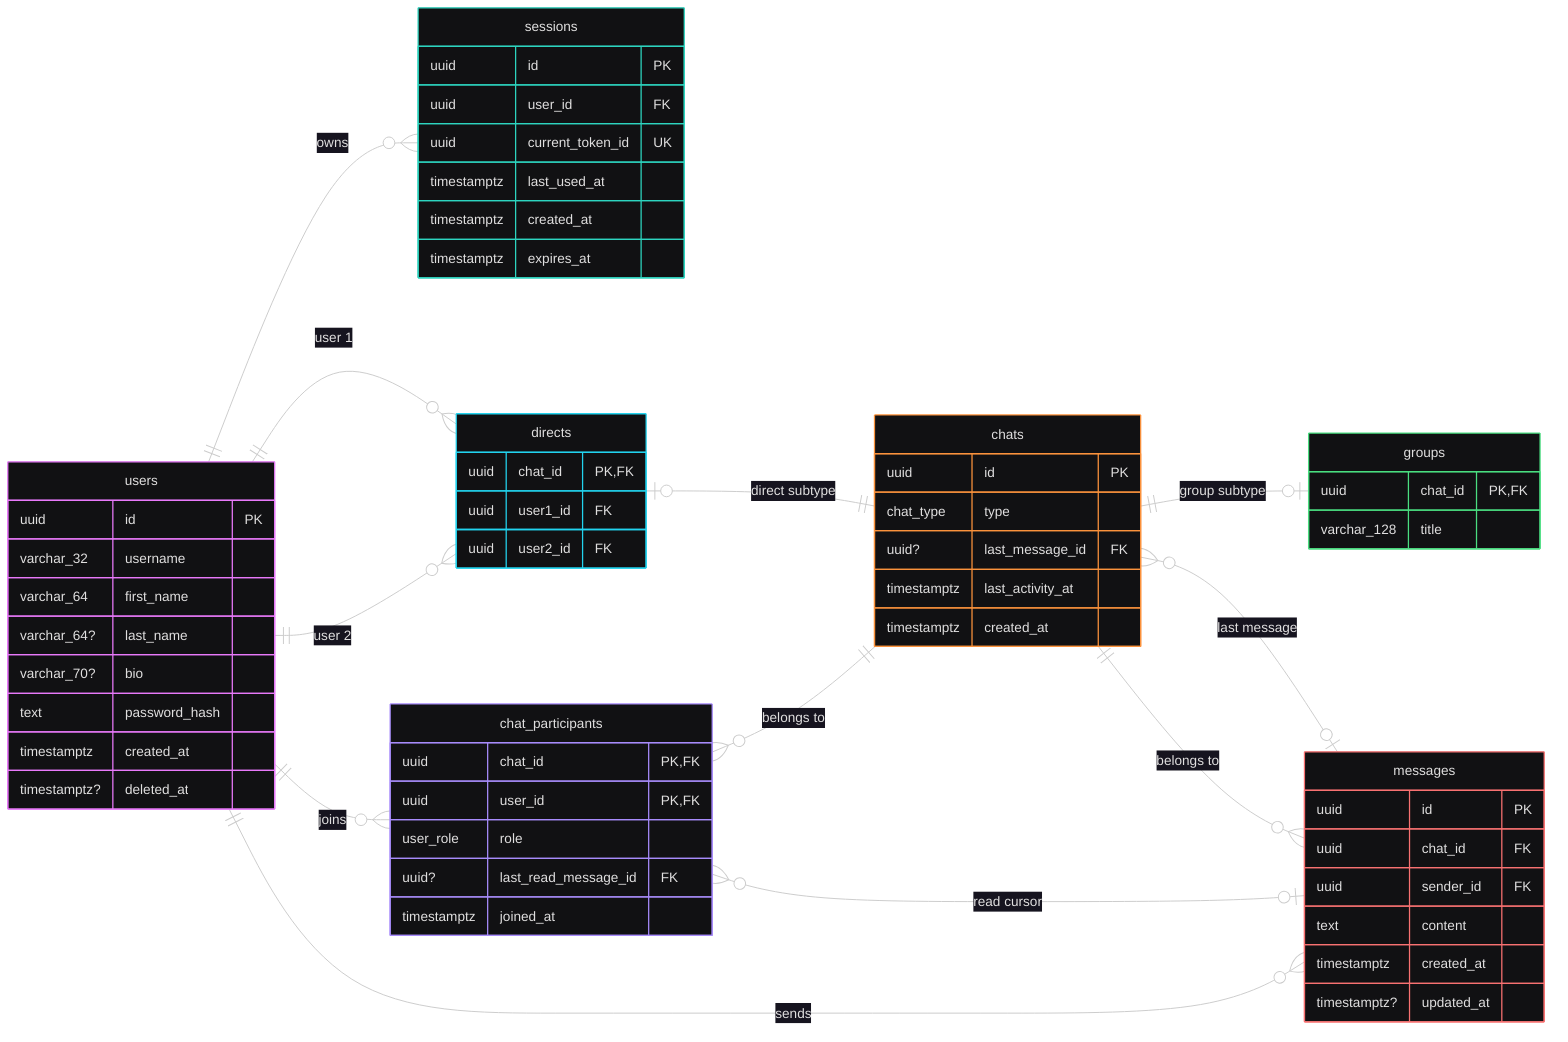
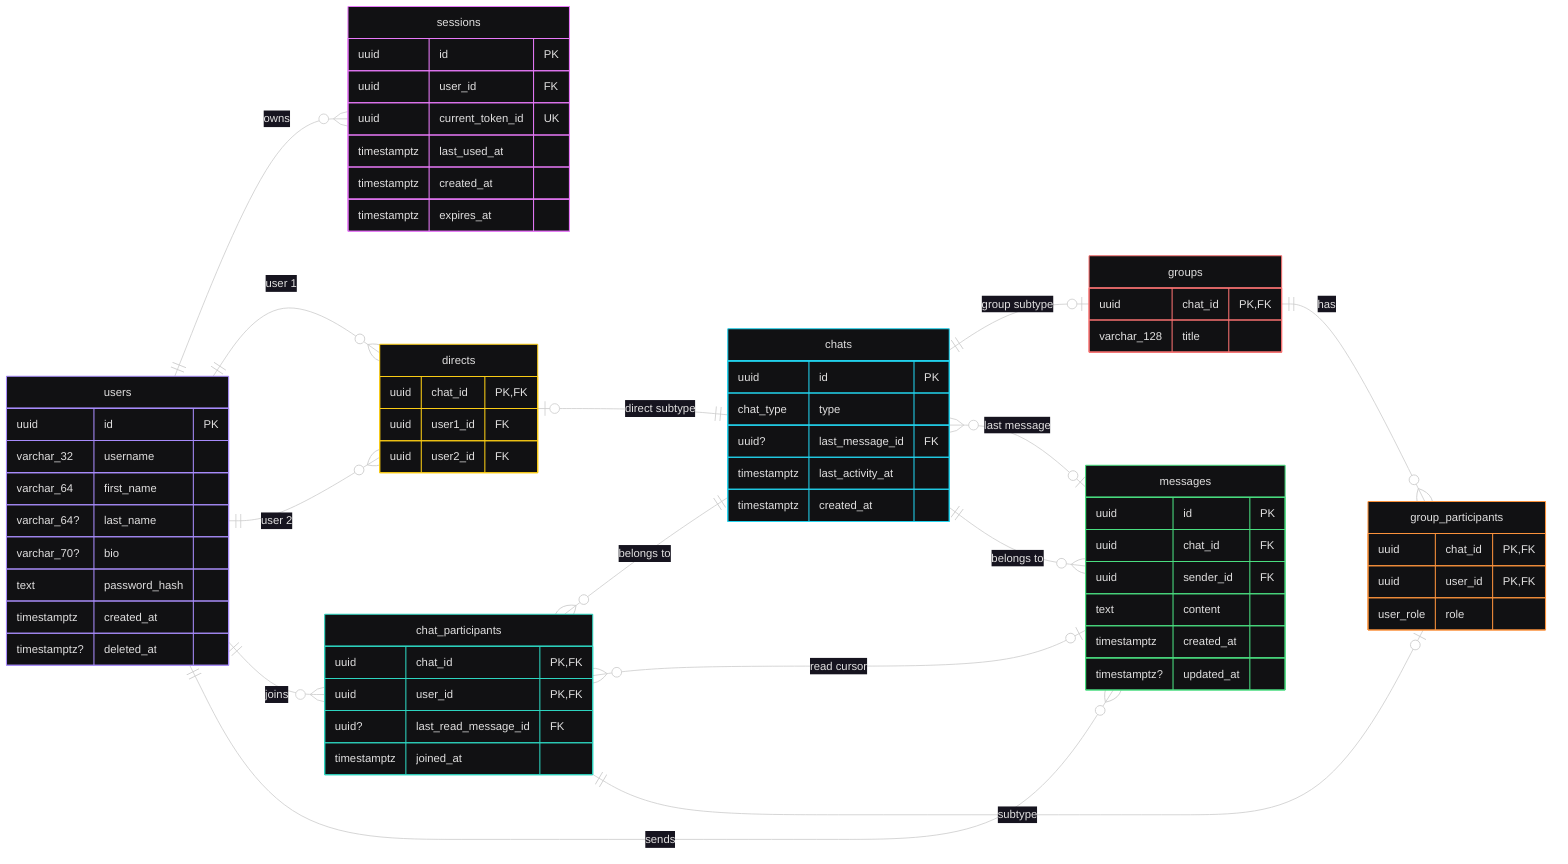
---
config:
-   theme: redux-dark-color
+     theme: redux-dark-color
---
erDiagram
    direction LR
+ 
+     SESSIONS["sessions"] {
+         uuid id PK
+         uuid user_id FK
+         uuid current_token_id UK
+         timestamptz last_used_at
+         timestamptz created_at
+         timestamptz expires_at
+     }
+ 
+     CHAT_PARTICIPANTS["chat_participants"] {
+         uuid chat_id PK,FK
+         uuid user_id PK,FK
+         uuid? last_read_message_id FK
+         timestamptz joined_at
+     }
+ 
+     GROUP_PARTICIPANTS["group_participants"] {
+         uuid chat_id PK,FK
+         uuid user_id PK,FK
+         user_role role
+     }
+ 
+     CHATS["chats"] {
+         uuid id PK
+         chat_type type
+         uuid? last_message_id FK
+         timestamptz last_activity_at
+         timestamptz created_at
+     }
+ 
+     MESSAGES["messages"] {
+         uuid id PK
+         uuid chat_id FK
+         uuid sender_id FK
+         text content
+         timestamptz created_at
+         timestamptz? updated_at
+     }

    USERS["users"] {
        uuid id PK
        varchar_32 username
        varchar_64 first_name
        varchar_64? last_name
        varchar_70? bio
        text password_hash
        timestamptz created_at
        timestamptz? deleted_at
    }

-     SESSIONS["sessions"] {
-         uuid id PK
-         uuid user_id FK
-         uuid current_token_id UK
-         timestamptz last_used_at
-         timestamptz created_at
-         timestamptz expires_at
-     }
- 
-     CHATS["chats"] {
-         uuid id PK
-         chat_type type
-         uuid? last_message_id FK
-         timestamptz last_activity_at
-         timestamptz created_at
+     GROUPS["groups"] {
+         uuid chat_id PK,FK
+         varchar_128 title
    }

    DIRECTS["directs"] {
        uuid chat_id PK,FK
        uuid user1_id FK
        uuid user2_id FK
-     }
- 
-     GROUPS["groups"] {
-         uuid chat_id PK,FK
-         varchar_128 title
-     }
- 
-     CHAT_PARTICIPANTS["chat_participants"] {
-         uuid chat_id PK,FK
-         uuid user_id PK,FK
-         user_role role
-         uuid? last_read_message_id FK
-         timestamptz joined_at
-     }
- 
-     MESSAGES["messages"] {
-         uuid id PK
-         uuid chat_id FK
-         uuid sender_id FK
-         text content
-         timestamptz created_at
-         timestamptz? updated_at
    }

    USERS ||--o{ SESSIONS : "owns"
    USERS ||--o{ DIRECTS : "user 1"
    USERS ||--o{ DIRECTS : "user 2"
    USERS ||--o{ CHAT_PARTICIPANTS : "joins"
    USERS ||--o{ MESSAGES : "sends"

    DIRECTS o|--|| CHATS : "direct subtype"
    CHATS ||--o| GROUPS : "group subtype"
    CHAT_PARTICIPANTS }o--|| CHATS : "belongs to"
+     GROUPS ||--o{ GROUP_PARTICIPANTS : "has"
+     GROUP_PARTICIPANTS o|--|| CHAT_PARTICIPANTS : "subtype"
    MESSAGES }o--|| CHATS : "belongs to"
    CHATS o{--o| MESSAGES : "last message"
    CHAT_PARTICIPANTS o{--o| MESSAGES : "read cursor"
